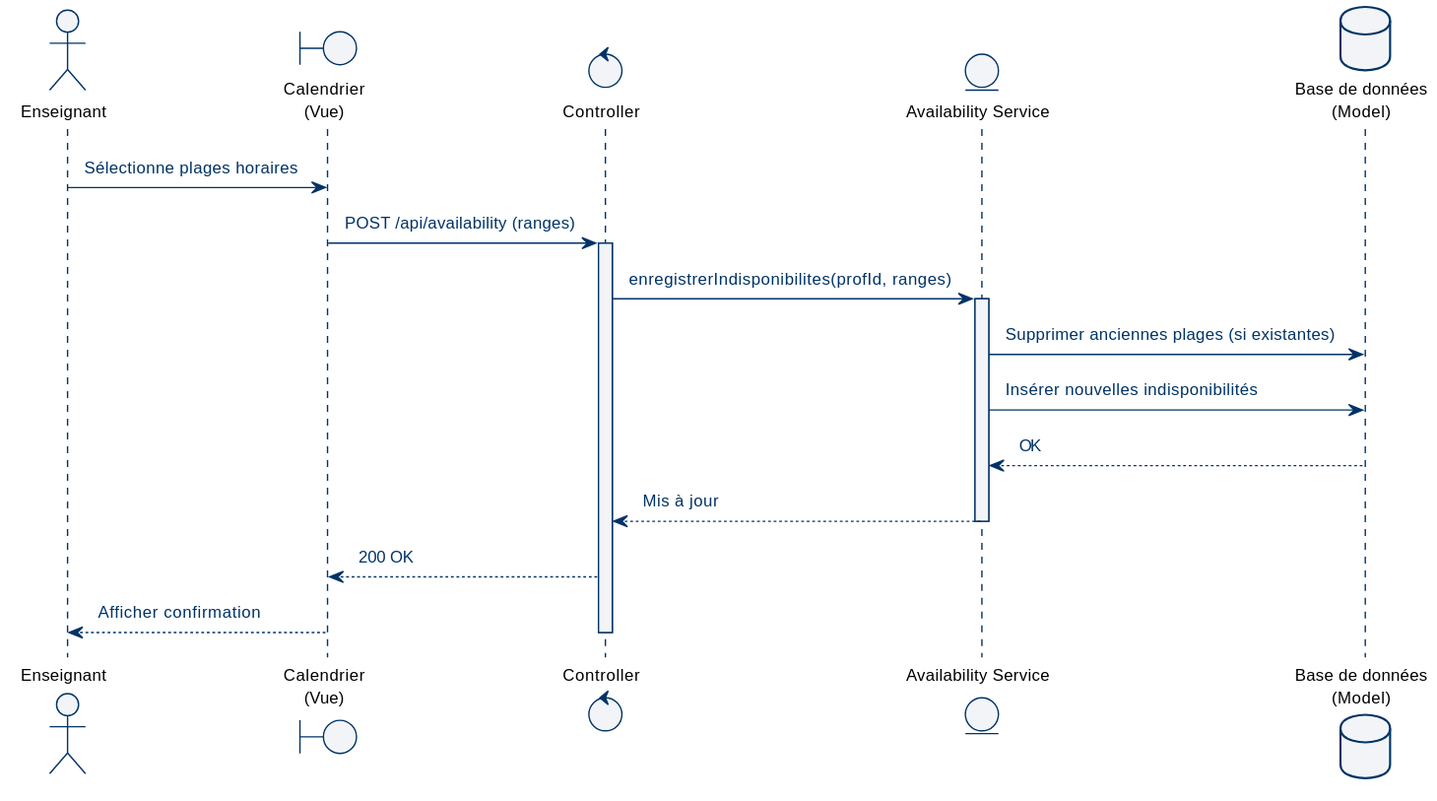
The PlantUML diagram docs/diagrams/svg/seq_availability.svg in abdelaziz-ebourki/system-gestion-soutenance, before a commit.
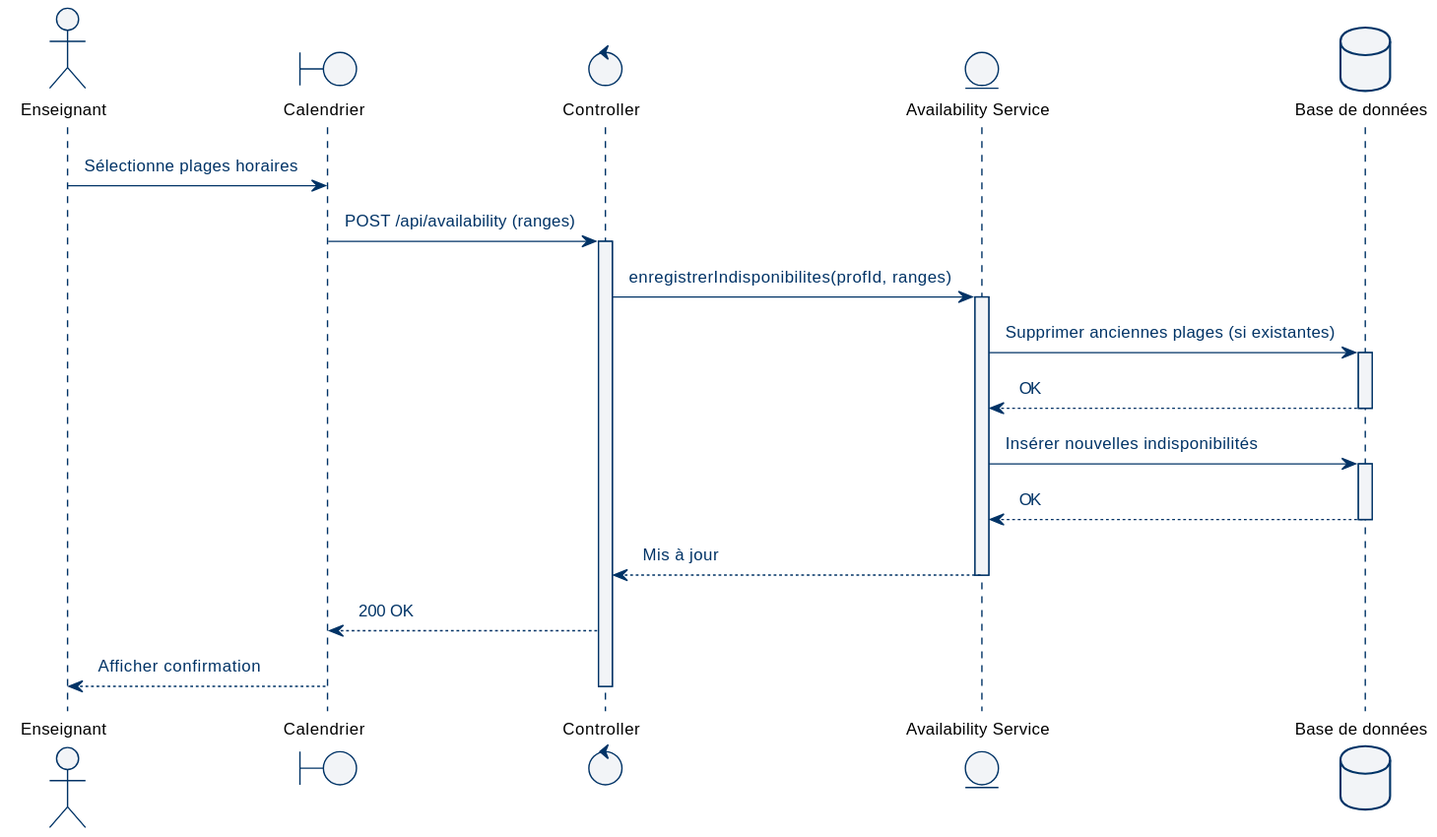
After the change.

What changed in the source:
```diff
@@ -2,10 +2,10 @@
 !theme pfe from .
 
 actor "Enseignant" as Prof
-boundary "Calendrier\n(Vue)" as Front
+boundary "Calendrier" as Front
 control "Controller" as Controller
 entity "Availability Service" as Service
-database "Base de données\n(Model)" as DB
+database "Base de données" as DB
 
 Prof -> Front : Sélectionne plages horaires
 Front -> Controller : POST /api/availability (ranges)
@@ -15,8 +15,14 @@
 activate Service
 
 Service -> DB : Supprimer anciennes plages (si existantes)
+activate DB
+DB --> Service : OK
+deactivate DB
+
 Service -> DB : Insérer nouvelles indisponibilités
+activate DB
 DB --> Service : OK
+deactivate DB
 
 Service --> Controller : Mis à jour
 deactivate Service
```
